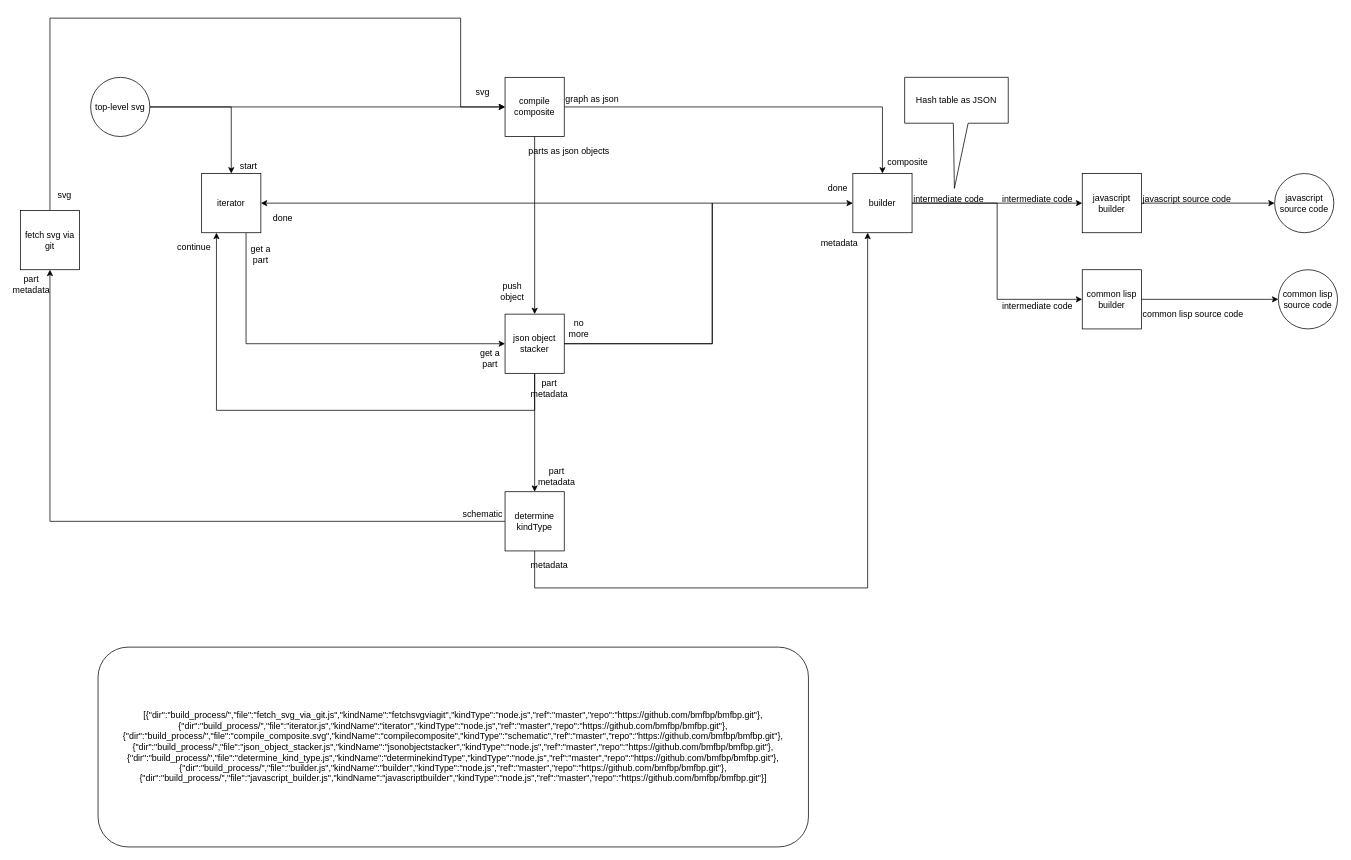
This is page "build_process.svg" (2 of 3) of build_process/build_process.drawio from bmfbp/bmfbp, a draw.io file, before an edit. Source tidied: cells renumbered, new cells numbered last; positions are measured from the earlier drawing's top-left corner, leaving out a move shared by most shapes. Both pictures are drawn from the tidied source at 74%, with x=0, y=0 at pixel (16, 18).
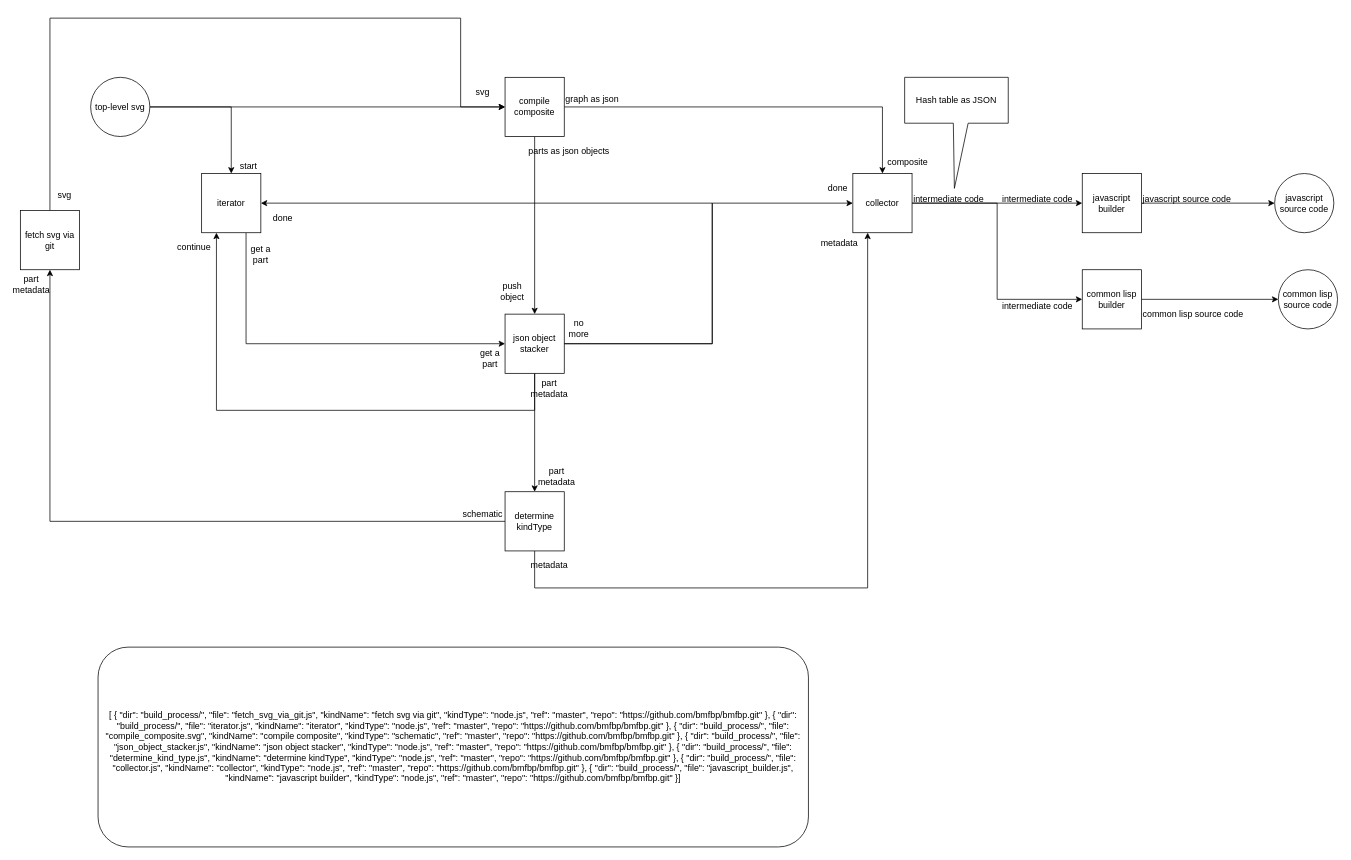
The same diagram, later.

Diff of the diagram source:
```diff
@@
-    <mxCell id="18" value="&lt;span&gt;builder&lt;/span&gt;" style="whiteSpace=wrap;html=1;" parent="1" vertex="1">
+    <mxCell id="18" value="&lt;span&gt;collector&lt;/span&gt;" style="whiteSpace=wrap;html=1;" parent="1" vertex="1">
       <mxGeometry x="1130" y="210" width="80" height="80" as="geometry" />
     </mxCell>
@@
-    <mxCell id="54" value="&lt;span&gt;[{&quot;dir&quot;:&quot;build_process/&quot;,&quot;file&quot;:&quot;fetch_svg_via_git.js&quot;,&quot;kindName&quot;:&quot;fetchsvgviagit&quot;,&quot;kindType&quot;:&quot;node.js&quot;,&quot;ref&quot;:&quot;master&quot;,&quot;repo&quot;:&quot;https://github.com/bmfbp/bmfbp.git&quot;},{&quot;dir&quot;:&quot;build_process/&quot;,&quot;file&quot;:&quot;iterator.js&quot;,&quot;kindName&quot;:&quot;iterator&quot;,&quot;kindType&quot;:&quot;node.js&quot;,&quot;ref&quot;:&quot;master&quot;,&quot;repo&quot;:&quot;https://github.com/bmfbp/bmfbp.git&quot;},{&quot;dir&quot;:&quot;build_process/&quot;,&quot;file&quot;:&quot;compile_composite.svg&quot;,&quot;kindName&quot;:&quot;compilecomposite&quot;,&quot;kindType&quot;:&quot;schematic&quot;,&quot;ref&quot;:&quot;master&quot;,&quot;repo&quot;:&quot;https://github.com/bmfbp/bmfbp.git&quot;},{&quot;dir&quot;:&quot;build_process/&quot;,&quot;file&quot;:&quot;json_object_stacker.js&quot;,&quot;kindName&quot;:&quot;jsonobjectstacker&quot;,&quot;kindType&quot;:&quot;node.js&quot;,&quot;ref&quot;:&quot;master&quot;,&quot;repo&quot;:&quot;https://github.com/bmfbp/bmfbp.git&quot;},{&quot;dir&quot;:&quot;build_process/&quot;,&quot;file&quot;:&quot;determine_kind_type.js&quot;,&quot;kindName&quot;:&quot;determinekindType&quot;,&quot;kindType&quot;:&quot;node.js&quot;,&quot;ref&quot;:&quot;master&quot;,&quot;repo&quot;:&quot;https://github.com/bmfbp/bmfbp.git&quot;},{&quot;dir&quot;:&quot;build_process/&quot;,&quot;file&quot;:&quot;builder.js&quot;,&quot;kindName&quot;:&quot;builder&quot;,&quot;kindType&quot;:&quot;node.js&quot;,&quot;ref&quot;:&quot;master&quot;,&quot;repo&quot;:&quot;https://github.com/bmfbp/bmfbp.git&quot;},{&quot;dir&quot;:&quot;build_process/&quot;,&quot;file&quot;:&quot;javascript_builder.js&quot;,&quot;kindName&quot;:&quot;javascriptbuilder&quot;,&quot;kindType&quot;:&quot;node.js&quot;,&quot;ref&quot;:&quot;master&quot;,&quot;repo&quot;:&quot;https://github.com/bmfbp/bmfbp.git&quot;}]&lt;/span&gt;" style="rounded=1;whiteSpace=wrap;html=1;" parent="1" vertex="1">
+    <mxCell id="54" value="&lt;span&gt;[ { &quot;dir&quot;: &quot;build_process/&quot;, &quot;file&quot;: &quot;fetch_svg_via_git.js&quot;, &quot;kindName&quot;: &quot;fetch svg via git&quot;, &quot;kindType&quot;: &quot;node.js&quot;, &quot;ref&quot;: &quot;master&quot;, &quot;repo&quot;: &quot;https://github.com/bmfbp/bmfbp.git&quot; }, { &quot;dir&quot;: &quot;build_process/&quot;, &quot;file&quot;: &quot;iterator.js&quot;, &quot;kindName&quot;: &quot;iterator&quot;, &quot;kindType&quot;: &quot;node.js&quot;, &quot;ref&quot;: &quot;master&quot;, &quot;repo&quot;: &quot;https://github.com/bmfbp/bmfbp.git&quot; }, { &quot;dir&quot;: &quot;build_process/&quot;, &quot;file&quot;: &quot;compile_composite.svg&quot;, &quot;kindName&quot;: &quot;compile composite&quot;, &quot;kindType&quot;: &quot;schematic&quot;, &quot;ref&quot;: &quot;master&quot;, &quot;repo&quot;: &quot;https://github.com/bmfbp/bmfbp.git&quot; }, { &quot;dir&quot;: &quot;build_process/&quot;, &quot;file&quot;: &quot;json_object_stacker.js&quot;, &quot;kindName&quot;: &quot;json object stacker&quot;, &quot;kindType&quot;: &quot;node.js&quot;, &quot;ref&quot;: &quot;master&quot;, &quot;repo&quot;: &quot;https://github.com/bmfbp/bmfbp.git&quot; }, { &quot;dir&quot;: &quot;build_process/&quot;, &quot;file&quot;: &quot;determine_kind_type.js&quot;, &quot;kindName&quot;: &quot;determine kindType&quot;, &quot;kindType&quot;: &quot;node.js&quot;, &quot;ref&quot;: &quot;master&quot;, &quot;repo&quot;: &quot;https://github.com/bmfbp/bmfbp.git&quot; }, { &quot;dir&quot;: &quot;build_process/&quot;, &quot;file&quot;: &quot;collector.js&quot;, &quot;kindName&quot;: &quot;collector&quot;, &quot;kindType&quot;: &quot;node.js&quot;, &quot;ref&quot;: &quot;master&quot;, &quot;repo&quot;: &quot;https://github.com/bmfbp/bmfbp.git&quot; }, { &quot;dir&quot;: &quot;build_process/&quot;, &quot;file&quot;: &quot;javascript_builder.js&quot;, &quot;kindName&quot;: &quot;javascript builder&quot;, &quot;kindType&quot;: &quot;node.js&quot;, &quot;ref&quot;: &quot;master&quot;, &quot;repo&quot;: &quot;https://github.com/bmfbp/bmfbp.git&quot; }]&lt;/span&gt;" style="rounded=1;whiteSpace=wrap;html=1;" parent="1" vertex="1">
       <mxGeometry x="110" y="850" width="960" height="270" as="geometry" />
     </mxCell>
```
